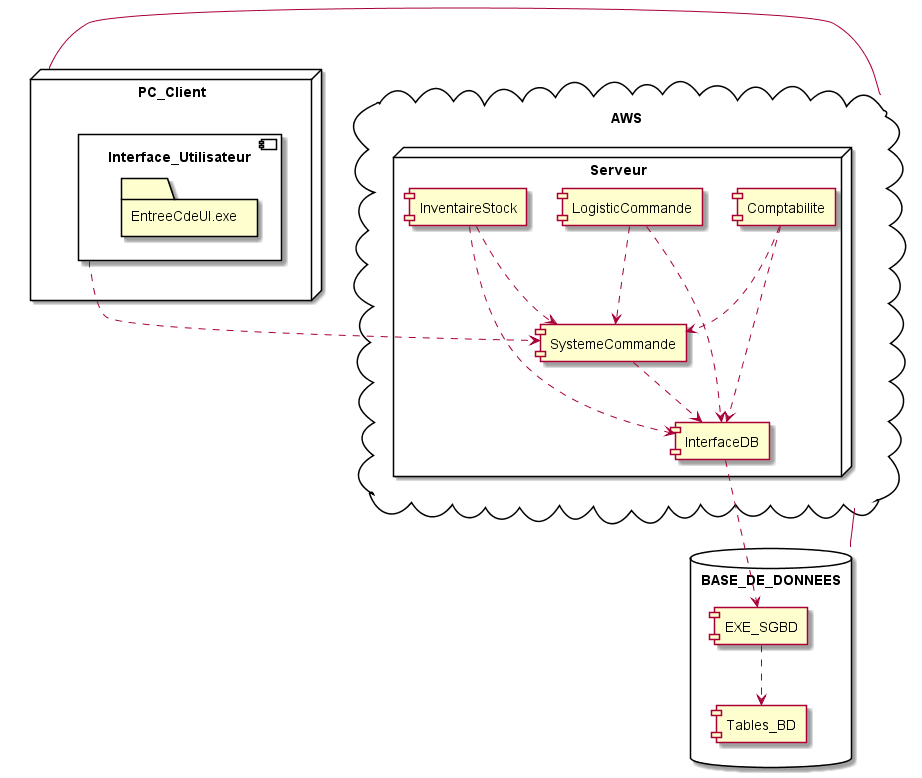
Earlier version of the PlantUML export deployment.png (SergeNanou/Solution-technique-Gestion-de-pizzeria). The source it was exported from:
```plantuml
@startuml

node PC_Client{
 component Interface_Utilisateur{
           folder EntreeCdeUI.exe

 }
}

cloud AWS {
  node Serveur{
                component SystemeCommande
                component InventaireStock
                component Comptabilite
                component LogisticCommande
                component InterfaceDB
  }
}

database BASE_DE_DONNEES {
  component EXE_SGBD
  component Tables_BD
}


PC_Client "1..*" - "1" AWS
BASE_DE_DONNEES "1" - "1" AWS
Interface_Utilisateur ..> SystemeCommande
EXE_SGBD ..> Tables_BD
InterfaceDB ..> EXE_SGBD
SystemeCommande ..> InterfaceDB
Comptabilite ..> SystemeCommande
Comptabilite ..> InterfaceDB
LogisticCommande ..> SystemeCommande
LogisticCommande ..> InterfaceDB
InventaireStock ..> SystemeCommande
InventaireStock ..> InterfaceDB


@enduml
```
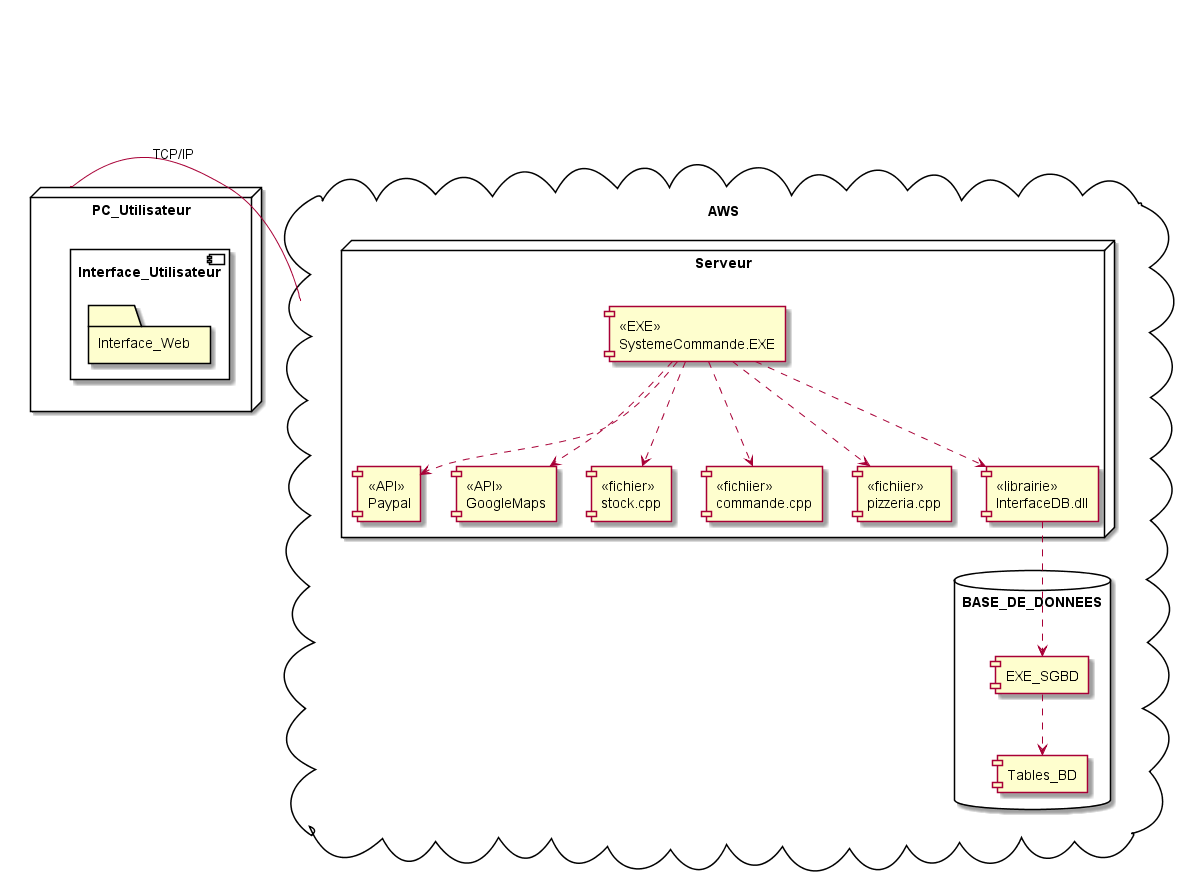
The same diagram one commit later.

Change to the diagram source:
```diff
@@ -1,40 +1,41 @@
 @startuml
 
-node PC_Client{
+node PC_Utilisateur{
  component Interface_Utilisateur{
-           folder EntreeCdeUI.exe
+           folder Interface_Web
 
  }
 }
 
 cloud AWS {
   node Serveur{
-                component SystemeCommande
-                component InventaireStock
-                component Comptabilite
-                component LogisticCommande
-                component InterfaceDB
+
+
+                component [<<API>> \n Paypal]
+                component [<<API>> \n GoogleMaps]
+
+
+    [<<EXE>> \n SystemeCommande.EXE]  ..> [<<API>> \n Paypal]
+    [<<EXE>> \n SystemeCommande.EXE]  ..> [<<API>> \n GoogleMaps]
+    [<<EXE>> \n SystemeCommande.EXE]  ..> [<<fichier>> \n stock.cpp]
+    [<<EXE>> \n SystemeCommande.EXE]  ..> [<<fichiier>> \n  commande.cpp]
+    [<<EXE>> \n SystemeCommande.EXE]  ..> [<<fichiier>> \n  pizzeria.cpp]
+    [<<EXE>> \n SystemeCommande.EXE]  ..> [<<librairie>> \n InterfaceDB.dll]
   }
-}
-
-database BASE_DE_DONNEES {
+  database BASE_DE_DONNEES {
   component EXE_SGBD
   component Tables_BD
 }
+}
 
 
-PC_Client "1..*" - "1" AWS
-BASE_DE_DONNEES "1" - "1" AWS
-Interface_Utilisateur ..> SystemeCommande
+
+
+
+
+PC_Utilisateur - AWS : TCP/IP
 EXE_SGBD ..> Tables_BD
-InterfaceDB ..> EXE_SGBD
-SystemeCommande ..> InterfaceDB
-Comptabilite ..> SystemeCommande
-Comptabilite ..> InterfaceDB
-LogisticCommande ..> SystemeCommande
-LogisticCommande ..> InterfaceDB
-InventaireStock ..> SystemeCommande
-InventaireStock ..> InterfaceDB
+[<<librairie>> \n InterfaceDB.dll] ..> EXE_SGBD
 
 
 @enduml
```
